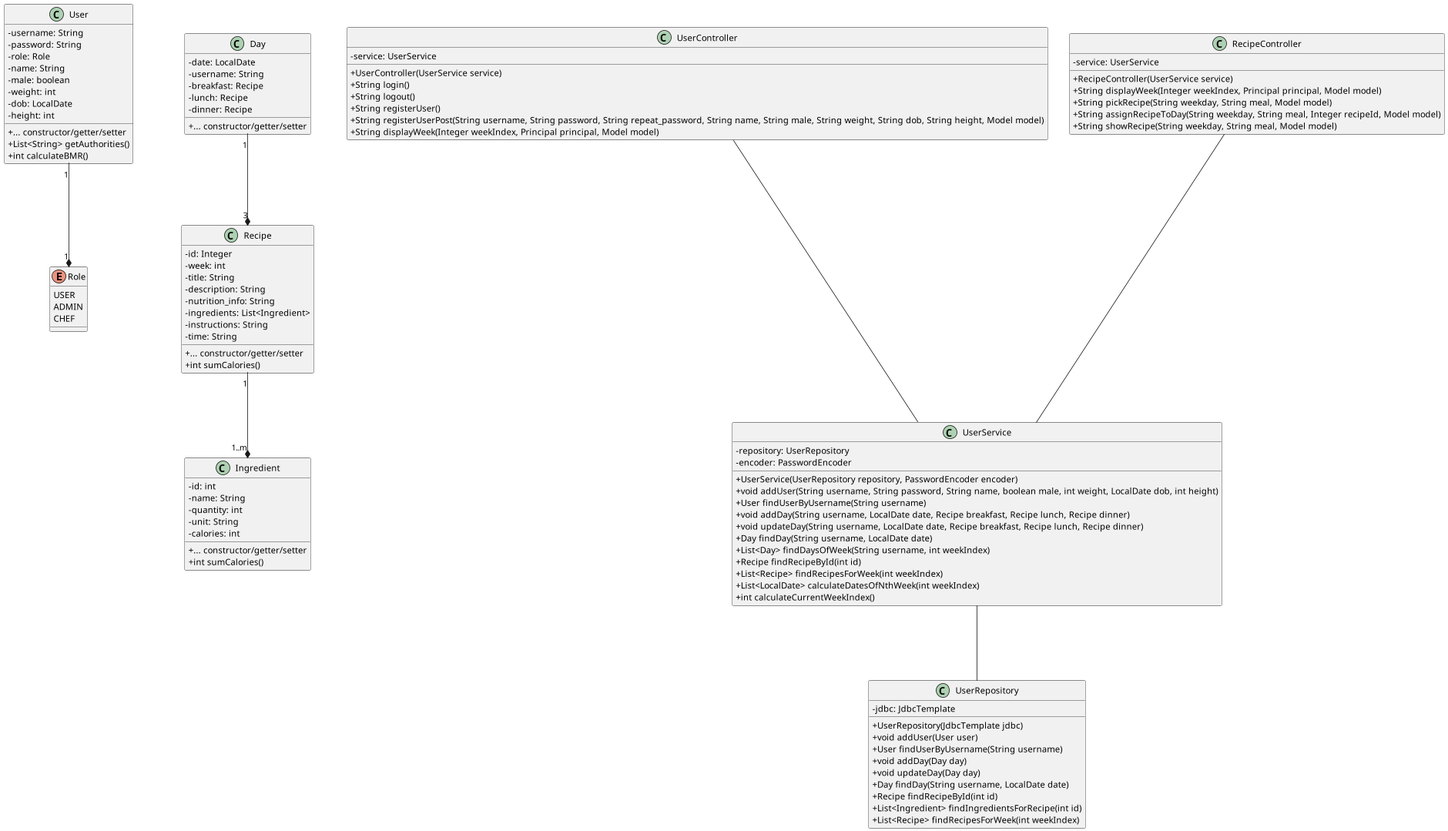
sofush/kostplan keeps this PlantUML diagram as diagram/class-diagram.png. Above is the earlier version.
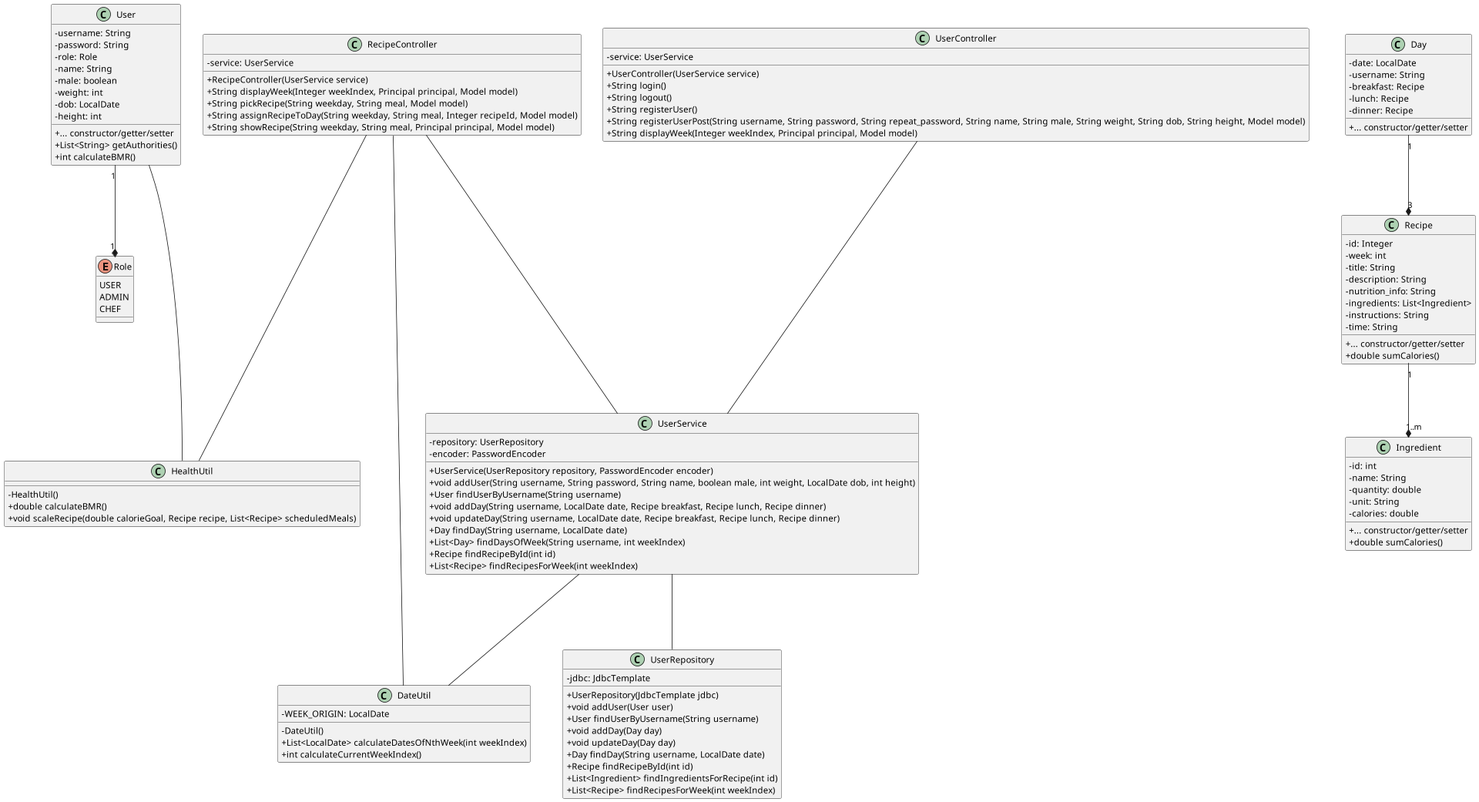
The same file after the commit.

Commit message:
docs: update class diagram

Diff of the diagram source:
```diff
@@ -37,16 +37,16 @@
 	- instructions: String
 	- time: String
 	{method} + ... constructor/getter/setter
-	+ int sumCalories()
+	+ double sumCalories()
 }
 class Ingredient {
 	- id: int
 	- name: String
-	- quantity: int
+	- quantity: double
 	- unit: String
-	- calories: int
+	- calories: double
 	{method} + ... constructor/getter/setter
-	+ int sumCalories()
+	+ double sumCalories()
 }
 class UserController {
 	- service: UserService
@@ -63,7 +63,7 @@
 	+ String displayWeek(Integer weekIndex, Principal principal, Model model)
 	+ String pickRecipe(String weekday, String meal, Model model)
 	+ String assignRecipeToDay(String weekday, String meal, Integer recipeId, Model model)
-	+ String showRecipe(String weekday, String meal, Model model)
+	+ String showRecipe(String weekday, String meal, Principal principal, Model model)
 }
 class UserService {
 	- repository: UserRepository
@@ -77,8 +77,6 @@
 	+ List<Day> findDaysOfWeek(String username, int weekIndex)
 	+ Recipe findRecipeById(int id)
 	+ List<Recipe> findRecipesForWeek(int weekIndex)
-	+ List<LocalDate> calculateDatesOfNthWeek(int weekIndex)
-	+ int calculateCurrentWeekIndex()
 }
 class UserRepository {
 	- jdbc: JdbcTemplate
@@ -92,11 +90,26 @@
 	+ List<Ingredient> findIngredientsForRecipe(int id)
 	+ List<Recipe> findRecipesForWeek(int weekIndex)
 }
+class HealthUtil {
+	- HealthUtil()
+	+ double calculateBMR()
+	+ void scaleRecipe(double calorieGoal, Recipe recipe, List<Recipe> scheduledMeals)
+}
+class DateUtil {
+	- WEEK_ORIGIN: LocalDate
+	- DateUtil()
+	+ List<LocalDate> calculateDatesOfNthWeek(int weekIndex)
+	+ int calculateCurrentWeekIndex()
+}
 
 UserController --- UserService
 RecipeController --- UserService
 UserService --- UserRepository
+UserService --- DateUtil
+RecipeController --- DateUtil
+User --- HealthUtil
 User "1" --* "1" Role
 Day "1" --* "3" Recipe
 Recipe "1" --* "1..m" Ingredient
+RecipeController --- HealthUtil
 @enduml
```
